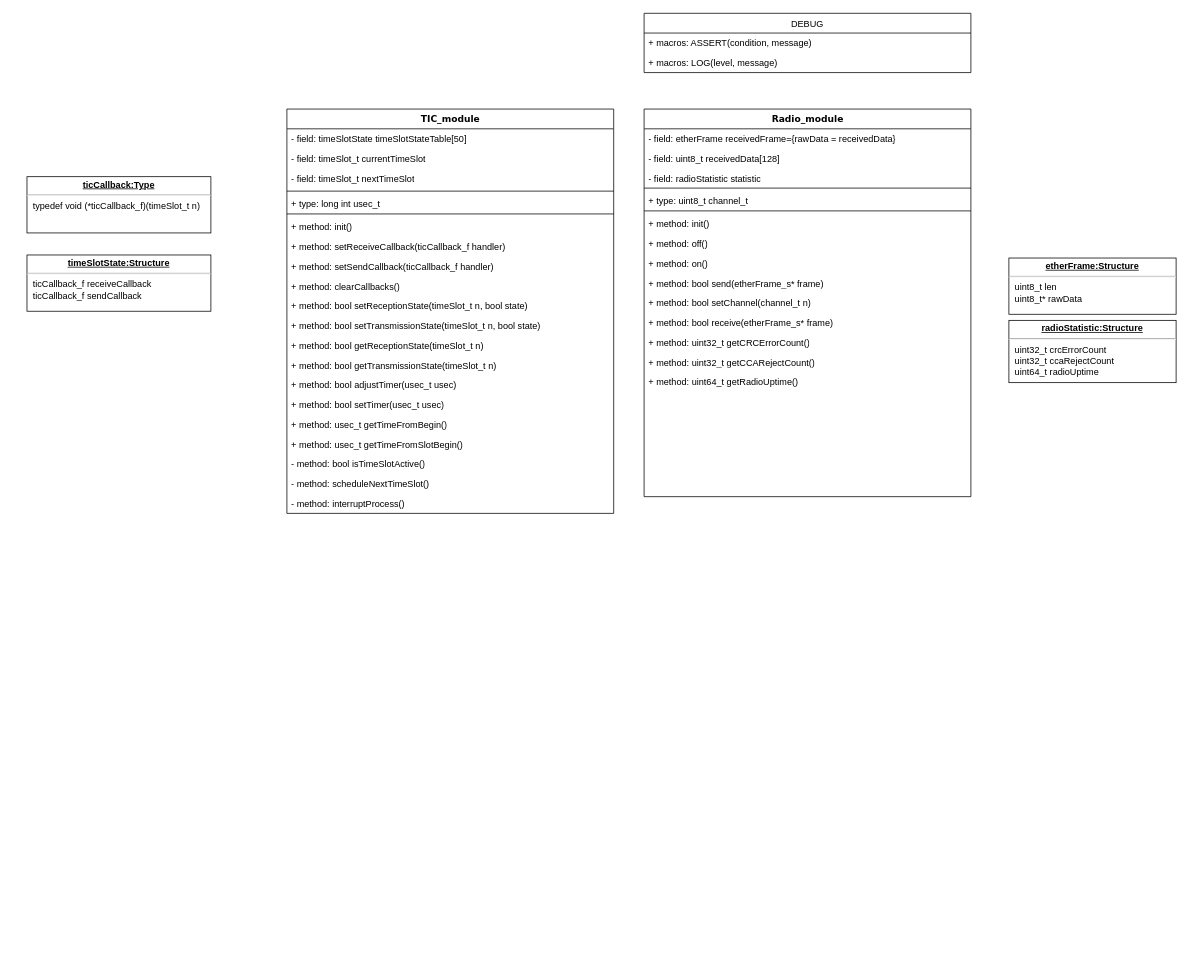
Above: documentation/programm modules/modules.drawio in saurex83/WMNU (draw.io), before the change. Source tidied: cells renumbered, new cells numbered last; positions are measured from the earlier drawing's top-left corner, leaving out a move shared by most shapes. Both pictures are drawn from the tidied source at 76%, with x=0, y=0 at pixel (27, 13).
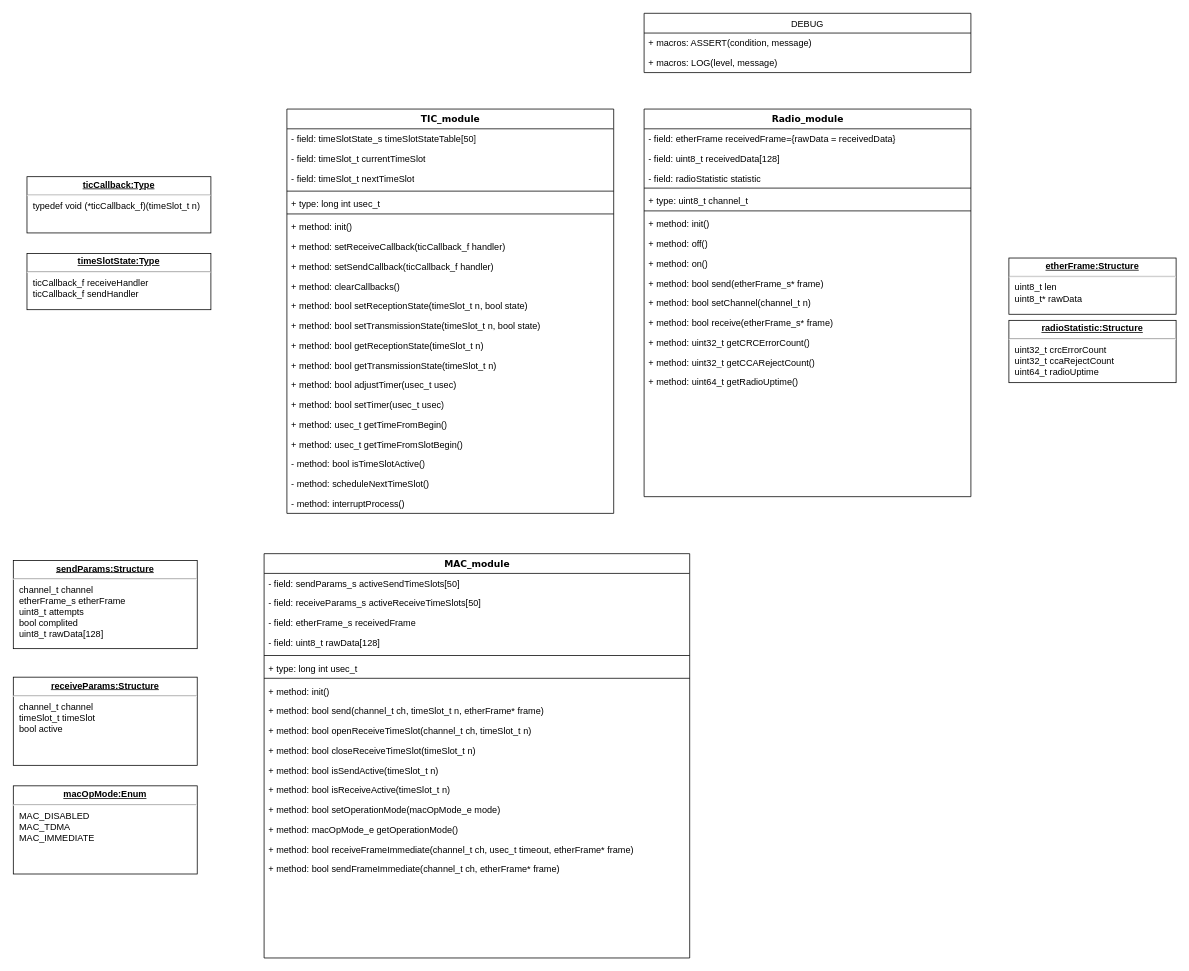
After the change.

The change refers to these unchanged cells:
```xml
<mxCell id="23" value="TIC_module" style="swimlane;html=1;fontStyle=1;align=center;verticalAlign=top;horizontal=1;startSize=26;swimlaneFillColor=#ffffff;rounded=0;shadow=0;comic=0;labelBackgroundColor=none;strokeColor=#000000;strokeWidth=1;fillColor=none;fontFamily=Verdana;fontSize=12;fontColor=#000000;" parent="1" vertex="1">
  <mxGeometry x="342" y="126" width="430" height="532" as="geometry" />
</mxCell>
```

What changed in the source:
```diff
@@
-    <mxCell id="24" value="- field: timeSlotState timeSlotStateTable[50]" style="text;html=1;strokeColor=none;fillColor=none;align=left;verticalAlign=top;spacingLeft=4;spacingRight=4;whiteSpace=wrap;overflow=hidden;" parent="23" vertex="1">
+    <mxCell id="24" value="- field: timeSlotState_s timeSlotStateTable[50]" style="text;html=1;strokeColor=none;fillColor=none;align=left;verticalAlign=top;spacingLeft=4;spacingRight=4;whiteSpace=wrap;overflow=hidden;" parent="23" vertex="1">
       <mxGeometry y="26" width="430" height="26" as="geometry" />
     </mxCell>
@@
-    <mxCell id="46" value="&lt;p style=&quot;margin: 0px ; margin-top: 4px ; text-align: center ; text-decoration: underline&quot;&gt;&lt;b&gt;timeSlotState:Structure&lt;/b&gt;&lt;/p&gt;&lt;hr&gt;&lt;p style=&quot;margin: 0px ; margin-left: 8px&quot;&gt;&lt;span style=&quot;white-space: normal&quot;&gt;ticCallback_f receiveCallback&lt;/span&gt;&lt;br&gt;&lt;/p&gt;&lt;p style=&quot;margin: 0px ; margin-left: 8px&quot;&gt;&lt;span style=&quot;white-space: normal&quot;&gt;ticCallback_f sendCallback&lt;/span&gt;&lt;span style=&quot;white-space: normal&quot;&gt;&lt;br&gt;&lt;/span&gt;&lt;/p&gt;&lt;p style=&quot;margin: 0px ; margin-left: 8px&quot;&gt;&lt;span style=&quot;white-space: normal&quot;&gt;&lt;br&gt;&lt;/span&gt;&lt;/p&gt;" style="verticalAlign=top;align=left;overflow=fill;fontSize=12;fontFamily=Helvetica;html=1;" parent="1" vertex="1">
-      <mxGeometry y="318" width="242" height="74" as="geometry" />
+    <mxCell id="46" value="&lt;p style=&quot;margin: 0px ; margin-top: 4px ; text-align: center ; text-decoration: underline&quot;&gt;&lt;b&gt;sendParams:Structure&lt;/b&gt;&lt;/p&gt;&lt;hr&gt;&lt;p style=&quot;margin: 0px ; margin-left: 8px&quot;&gt;&lt;span style=&quot;white-space: normal&quot;&gt;channel_t channel&lt;/span&gt;&lt;/p&gt;&lt;p style=&quot;margin: 0px ; margin-left: 8px&quot;&gt;&lt;span style=&quot;white-space: normal&quot;&gt;etherFrame_s etherFrame&lt;/span&gt;&lt;/p&gt;&lt;p style=&quot;margin: 0px ; margin-left: 8px&quot;&gt;&lt;span style=&quot;white-space: normal&quot;&gt;uint8_t attempts&lt;/span&gt;&lt;/p&gt;&lt;p style=&quot;margin: 0px ; margin-left: 8px&quot;&gt;&lt;span style=&quot;white-space: normal&quot;&gt;bool complited&lt;/span&gt;&lt;/p&gt;&lt;p style=&quot;margin: 0px ; margin-left: 8px&quot;&gt;&lt;span style=&quot;white-space: normal&quot;&gt;uint8_t rawData[128]&lt;/span&gt;&lt;/p&gt;&lt;p style=&quot;margin: 0px ; margin-left: 8px&quot;&gt;&lt;span style=&quot;white-space: normal&quot;&gt;&lt;br&gt;&lt;/span&gt;&lt;/p&gt;" style="verticalAlign=top;align=left;overflow=fill;fontSize=12;fontFamily=Helvetica;html=1;" parent="1" vertex="1">
+      <mxGeometry x="-18" y="720" width="242" height="116" as="geometry" />
     </mxCell>
+    <mxCell id="47" value="MAC_module" style="swimlane;html=1;fontStyle=1;align=center;verticalAlign=top;horizontal=1;startSize=26;swimlaneFillColor=#ffffff;rounded=0;shadow=0;comic=0;labelBackgroundColor=none;strokeColor=#000000;strokeWidth=1;fillColor=none;fontFamily=Verdana;fontSize=12;fontColor=#000000;" parent="1" vertex="1">
+      <mxGeometry x="312" y="711" width="560" height="532" as="geometry" />
+    </mxCell>
+    <mxCell id="48" value="- field: sendParams_s activeSendTimeSlots[50]" style="text;html=1;strokeColor=none;fillColor=none;align=left;verticalAlign=top;spacingLeft=4;spacingRight=4;whiteSpace=wrap;overflow=hidden;" parent="47" vertex="1">
+      <mxGeometry y="26" width="560" height="26" as="geometry" />
+    </mxCell>
+    <mxCell id="49" value="- field: receiveParams_s activeReceiveTimeSlots[50]" style="text;html=1;strokeColor=none;fillColor=none;align=left;verticalAlign=top;spacingLeft=4;spacingRight=4;whiteSpace=wrap;overflow=hidden;" parent="47" vertex="1">
+      <mxGeometry y="52" width="560" height="26" as="geometry" />
+    </mxCell>
+    <mxCell id="50" value="- field: etherFrame_s receivedFrame" style="text;html=1;strokeColor=none;fillColor=none;align=left;verticalAlign=top;spacingLeft=4;spacingRight=4;whiteSpace=wrap;overflow=hidden;" parent="47" vertex="1">
+      <mxGeometry y="78" width="560" height="26" as="geometry" />
+    </mxCell>
+    <mxCell id="51" value="- field: uint8_t rawData[128]" style="text;html=1;strokeColor=none;fillColor=none;align=left;verticalAlign=top;spacingLeft=4;spacingRight=4;whiteSpace=wrap;overflow=hidden;" parent="47" vertex="1">
+      <mxGeometry y="104" width="560" height="26" as="geometry" />
+    </mxCell>
+    <mxCell id="52" style="line;html=1;strokeWidth=1;fillColor=none;align=left;verticalAlign=middle;spacingTop=-1;spacingLeft=3;spacingRight=3;labelPosition=right;" parent="47" vertex="1">
+      <mxGeometry y="130" width="560" height="8" as="geometry" />
+    </mxCell>
+    <mxCell id="53" value="+ type: long int usec_t&amp;nbsp;" style="text;html=1;strokeColor=none;fillColor=none;align=left;verticalAlign=top;spacingLeft=4;spacingRight=4;whiteSpace=wrap;overflow=hidden;" parent="47" vertex="1">
+      <mxGeometry y="138" width="560" height="22" as="geometry" />
+    </mxCell>
+    <mxCell id="54" style="line;html=1;strokeWidth=1;fillColor=none;align=left;verticalAlign=middle;spacingTop=-1;spacingLeft=3;spacingRight=3;labelPosition=right;" parent="47" vertex="1">
+      <mxGeometry y="160" width="560" height="8" as="geometry" />
+    </mxCell>
+    <mxCell id="55" value="+ method: init()" style="text;html=1;strokeColor=none;fillColor=none;align=left;verticalAlign=top;spacingLeft=4;spacingRight=4;whiteSpace=wrap;overflow=hidden;" parent="47" vertex="1">
+      <mxGeometry y="168" width="560" height="26" as="geometry" />
+    </mxCell>
+    <mxCell id="56" value="+ method: bool send(channel_t ch, timeSlot_t n, etherFrame* frame)" style="text;html=1;strokeColor=none;fillColor=none;align=left;verticalAlign=top;spacingLeft=4;spacingRight=4;whiteSpace=wrap;overflow=hidden;" parent="47" vertex="1">
+      <mxGeometry y="194" width="560" height="26" as="geometry" />
+    </mxCell>
+    <mxCell id="57" value="+ method: bool openReceiveTimeSlot(channel_t ch, timeSlot_t n)" style="text;html=1;strokeColor=none;fillColor=none;align=left;verticalAlign=top;spacingLeft=4;spacingRight=4;whiteSpace=wrap;overflow=hidden;" parent="47" vertex="1">
+      <mxGeometry y="220" width="560" height="26" as="geometry" />
+    </mxCell>
+    <mxCell id="58" value="+ method: bool closeReceiveTimeSlot(timeSlot_t n)" style="text;html=1;strokeColor=none;fillColor=none;align=left;verticalAlign=top;spacingLeft=4;spacingRight=4;whiteSpace=wrap;overflow=hidden;" parent="47" vertex="1">
+      <mxGeometry y="246" width="560" height="26" as="geometry" />
+    </mxCell>
+    <mxCell id="59" value="+ method: bool isSendActive(timeSlot_t n)" style="text;html=1;strokeColor=none;fillColor=none;align=left;verticalAlign=top;spacingLeft=4;spacingRight=4;whiteSpace=wrap;overflow=hidden;" parent="47" vertex="1">
+      <mxGeometry y="272" width="560" height="26" as="geometry" />
+    </mxCell>
+    <mxCell id="60" value="+ method: bool isReceiveActive(timeSlot_t n)" style="text;html=1;strokeColor=none;fillColor=none;align=left;verticalAlign=top;spacingLeft=4;spacingRight=4;whiteSpace=wrap;overflow=hidden;" parent="47" vertex="1">
+      <mxGeometry y="298" width="560" height="26" as="geometry" />
+    </mxCell>
+    <mxCell id="61" value="+ method: bool setOperationMode(macOpMode_e mode)" style="text;html=1;strokeColor=none;fillColor=none;align=left;verticalAlign=top;spacingLeft=4;spacingRight=4;whiteSpace=wrap;overflow=hidden;" parent="47" vertex="1">
+      <mxGeometry y="324" width="560" height="26" as="geometry" />
+    </mxCell>
+    <mxCell id="62" value="+ method: macOpMode_e getOperationMode()" style="text;html=1;strokeColor=none;fillColor=none;align=left;verticalAlign=top;spacingLeft=4;spacingRight=4;whiteSpace=wrap;overflow=hidden;" parent="47" vertex="1">
+      <mxGeometry y="350" width="560" height="26" as="geometry" />
+    </mxCell>
+    <mxCell id="63" value="+ method: bool receiveFrameImmediate(channel_t ch, usec_t timeout, etherFrame* frame)" style="text;html=1;strokeColor=none;fillColor=none;align=left;verticalAlign=top;spacingLeft=4;spacingRight=4;whiteSpace=wrap;overflow=hidden;" parent="47" vertex="1">
+      <mxGeometry y="376" width="560" height="26" as="geometry" />
+    </mxCell>
+    <mxCell id="64" value="+ method: bool sendFrameImmediate(channel_t ch, etherFrame* frame)" style="text;html=1;strokeColor=none;fillColor=none;align=left;verticalAlign=top;spacingLeft=4;spacingRight=4;whiteSpace=wrap;overflow=hidden;" parent="47" vertex="1">
+      <mxGeometry y="402" width="560" height="26" as="geometry" />
+    </mxCell>
+    <mxCell id="65" value="&lt;p style=&quot;margin: 0px ; margin-top: 4px ; text-align: center ; text-decoration: underline&quot;&gt;&lt;b&gt;timeSlotState:Type&lt;/b&gt;&lt;/p&gt;&lt;hr&gt;&lt;p style=&quot;margin: 0px ; margin-left: 8px&quot;&gt;ticCallback_f receiveHandler&lt;/p&gt;&lt;p style=&quot;margin: 0px ; margin-left: 8px&quot;&gt;ticCallback_f sendHandler&lt;br&gt;&lt;/p&gt;" style="verticalAlign=top;align=left;overflow=fill;fontSize=12;fontFamily=Helvetica;html=1;" parent="1" vertex="1">
+      <mxGeometry y="316" width="242" height="74" as="geometry" />
+    </mxCell>
+    <mxCell id="66" value="&lt;p style=&quot;margin: 0px ; margin-top: 4px ; text-align: center ; text-decoration: underline&quot;&gt;&lt;b&gt;receiveParams:Structure&lt;/b&gt;&lt;/p&gt;&lt;hr&gt;&lt;p style=&quot;margin: 0px ; margin-left: 8px&quot;&gt;&lt;span style=&quot;white-space: normal&quot;&gt;channel_t channel&lt;/span&gt;&lt;/p&gt;&lt;p style=&quot;margin: 0px ; margin-left: 8px&quot;&gt;&lt;span style=&quot;white-space: normal&quot;&gt;timeSlot_t timeSlot&lt;/span&gt;&lt;/p&gt;&lt;p style=&quot;margin: 0px ; margin-left: 8px&quot;&gt;&lt;span style=&quot;white-space: normal&quot;&gt;bool active&lt;/span&gt;&lt;/p&gt;&lt;p style=&quot;margin: 0px ; margin-left: 8px&quot;&gt;&lt;span style=&quot;white-space: normal&quot;&gt;&lt;br&gt;&lt;/span&gt;&lt;/p&gt;" style="verticalAlign=top;align=left;overflow=fill;fontSize=12;fontFamily=Helvetica;html=1;" parent="1" vertex="1">
+      <mxGeometry x="-18" y="873.5" width="242" height="116" as="geometry" />
+    </mxCell>
+    <mxCell id="67" value="&lt;p style=&quot;margin: 0px ; margin-top: 4px ; text-align: center ; text-decoration: underline&quot;&gt;&lt;b&gt;macOpMode:Enum&lt;/b&gt;&lt;/p&gt;&lt;hr&gt;&lt;p style=&quot;margin: 0px ; margin-left: 8px&quot;&gt;MAC_DISABLED&lt;/p&gt;&lt;p style=&quot;margin: 0px ; margin-left: 8px&quot;&gt;MAC_TDMA&lt;/p&gt;&lt;p style=&quot;margin: 0px ; margin-left: 8px&quot;&gt;MAC_IMMEDIATE&lt;/p&gt;" style="verticalAlign=top;align=left;overflow=fill;fontSize=12;fontFamily=Helvetica;html=1;" parent="1" vertex="1">
+      <mxGeometry x="-18" y="1016.5" width="242" height="116" as="geometry" />
+    </mxCell>
```
